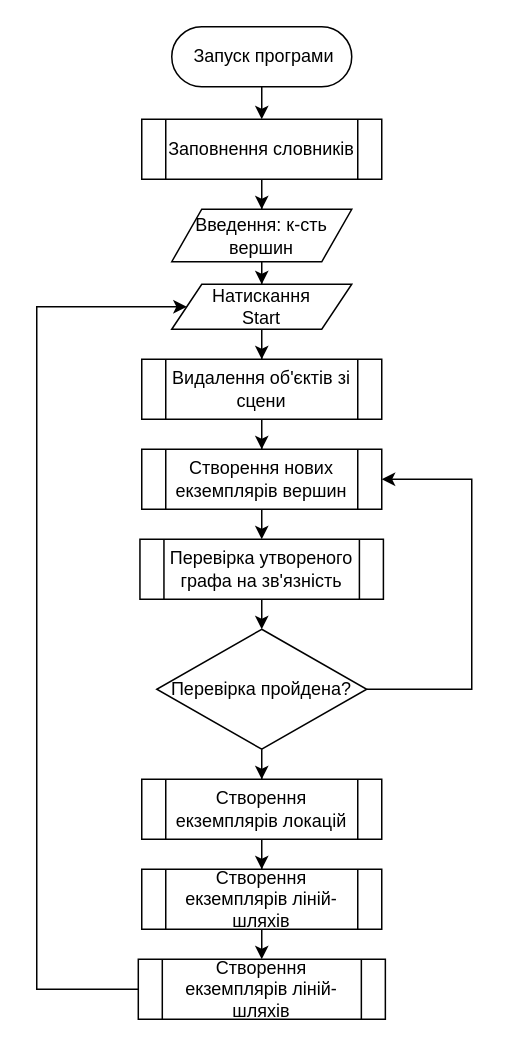
Before: page "робота програми" (1 of 2) of алгоритм.drawio in Shylo-Ivan-MIT/diagrams, a draw.io diagram. Source tidied: cells renumbered, new cells numbered last; positions are measured from the earlier drawing's top-left corner, leaving out a move shared by most shapes. Both pictures are drawn from the tidied source at 150%, with x=0, y=0 at pixel (36, 26).
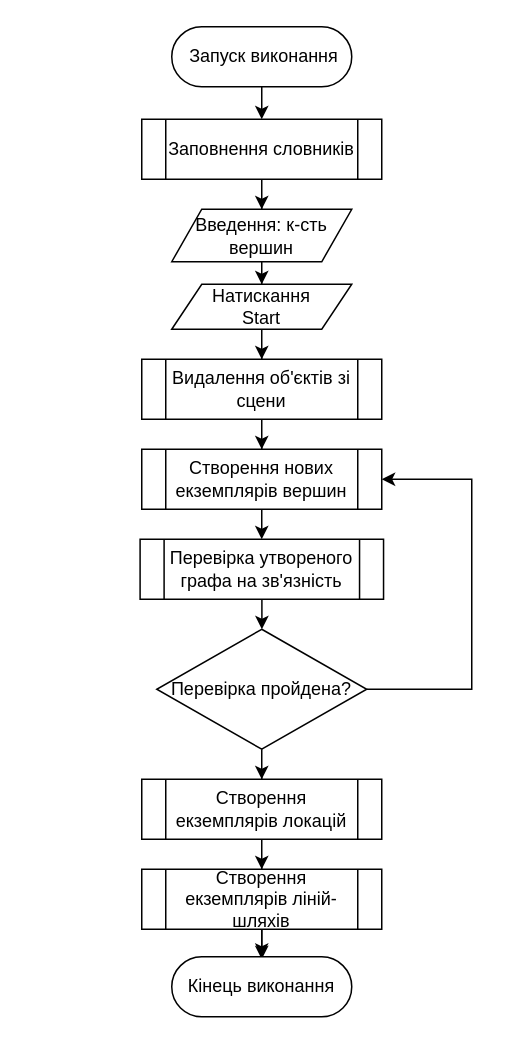
The same diagram, later.

The change refers to these unchanged cells:
```xml
<mxCell id="5" value="Створення екземплярів ліній-шляхів" style="shape=process;whiteSpace=wrap;html=1;backgroundOutline=1;" parent="1" vertex="1">
  <mxGeometry x="70" y="562" width="160" height="40" as="geometry" />
</mxCell>
<mxCell id="20" value="Натискання&lt;br&gt;Start" style="shape=parallelogram;perimeter=parallelogramPerimeter;whiteSpace=wrap;html=1;fixedSize=1;" parent="1" vertex="1">
  <mxGeometry x="90" y="172" width="120" height="30" as="geometry" />
</mxCell>
```

Diff of the diagram source:
```diff
@@
-    <mxCell id="4" style="edgeStyle=orthogonalEdgeStyle;rounded=0;jettySize=auto;html=1;" parent="1" edge="1" source="5" target="24">
-      <mxGeometry relative="1" as="geometry" />
+    <mxCell id="4" style="edgeStyle=orthogonalEdgeStyle;rounded=0;jettySize=auto;html=1;" parent="1" edge="1" source="5">
+      <mxGeometry relative="1" as="geometry">
+        <mxPoint x="150.1" y="622" as="targetPoint" />
+      </mxGeometry>
     </mxCell>
+    <mxCell id="25" style="edgeStyle=orthogonalEdgeStyle;rounded=0;jettySize=auto;html=1;entryX=0.5;entryY=0;entryDx=0;entryDy=0;" parent="1" edge="1" source="5" target="26">
+      <mxGeometry relative="1" as="geometry" />
+    </mxCell>
@@
     <mxCell id="11" value="Перевірка утвореного графа на зв'язність" style="shape=process;whiteSpace=wrap;html=1;backgroundOutline=1;" parent="1" vertex="1">
-      <mxGeometry x="68.8" y="342" width="162.3" height="40" as="geometry" />
+      <mxGeometry x="68.9" y="342" width="162.3" height="40" as="geometry" />
     </mxCell>
@@
-    <mxCell id="22" value="&amp;nbsp;Запуск програми" style="rounded=1;whiteSpace=wrap;html=1;arcSize=50;" parent="1" vertex="1">
+    <mxCell id="22" value="&amp;nbsp;Запуск виконання" style="rounded=1;whiteSpace=wrap;html=1;arcSize=50;" parent="1" vertex="1">
       <mxGeometry x="90" y="0.4" width="120" height="40" as="geometry" />
     </mxCell>
-    <mxCell id="23" style="edgeStyle=orthogonalEdgeStyle;rounded=0;jettySize=auto;html=1;entryX=0;entryY=0.5;entryDx=0;entryDy=0;" parent="1" edge="1" source="24" target="20">
-      <mxGeometry relative="1" as="geometry">
-        <Array as="points">
-          <mxPoint y="642" />
-          <mxPoint y="187" />
-        </Array>
-      </mxGeometry>
-    </mxCell>
-    <mxCell id="24" value="Створення екземплярів ліній-шляхів" style="shape=process;whiteSpace=wrap;html=1;backgroundOutline=1;" parent="1" vertex="1">
-      <mxGeometry x="67.7" y="622" width="164.7" height="40" as="geometry" />
-    </mxCell>
+    <mxCell id="26" value="Кінець виконання" style="rounded=1;whiteSpace=wrap;html=1;arcSize=50;" parent="1" vertex="1">
+      <mxGeometry x="90" y="620.4" width="120" height="40" as="geometry" />
+    </mxCell>
```
